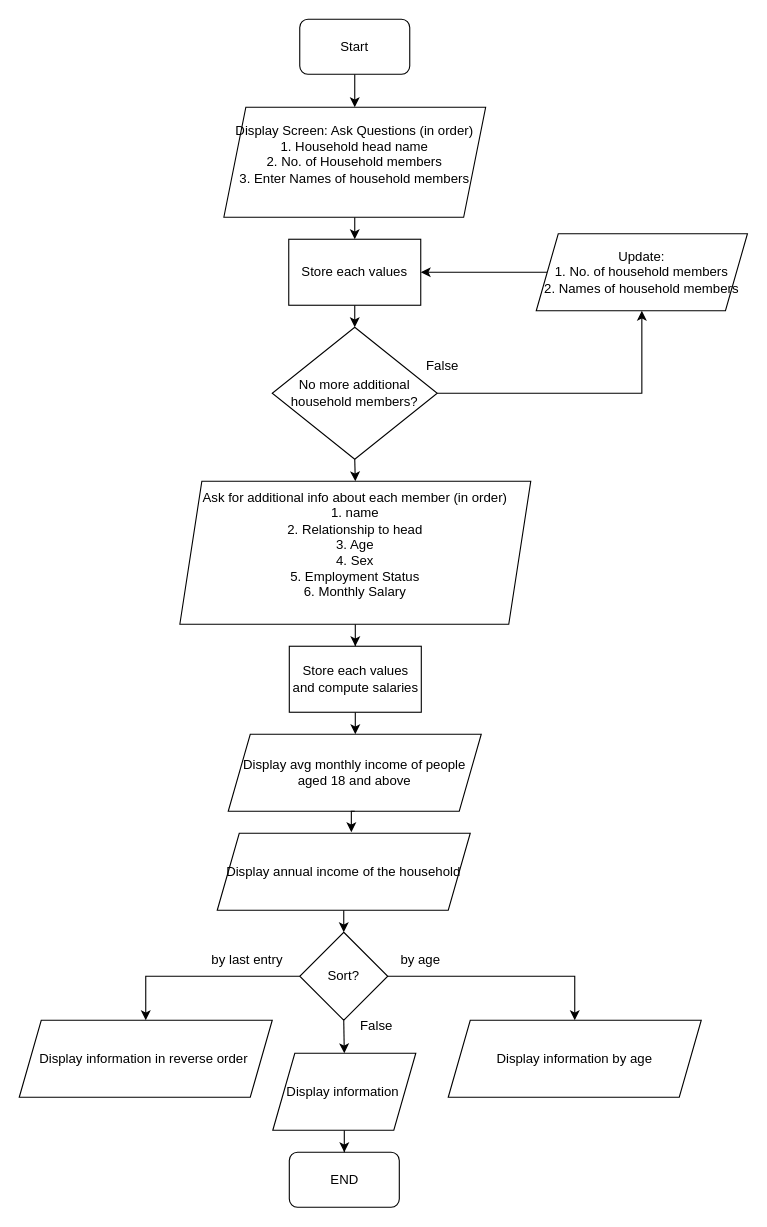
Before: Diagrams/Flowchart.drawio in Czrvillareal/exam1, a draw.io diagram. Source tidied: cells renumbered, new cells numbered last; positions are measured from the earlier drawing's top-left corner, leaving out a move shared by most shapes. Both pictures are drawn from the tidied source at 110%, with x=0, y=0 at pixel (19, 19).
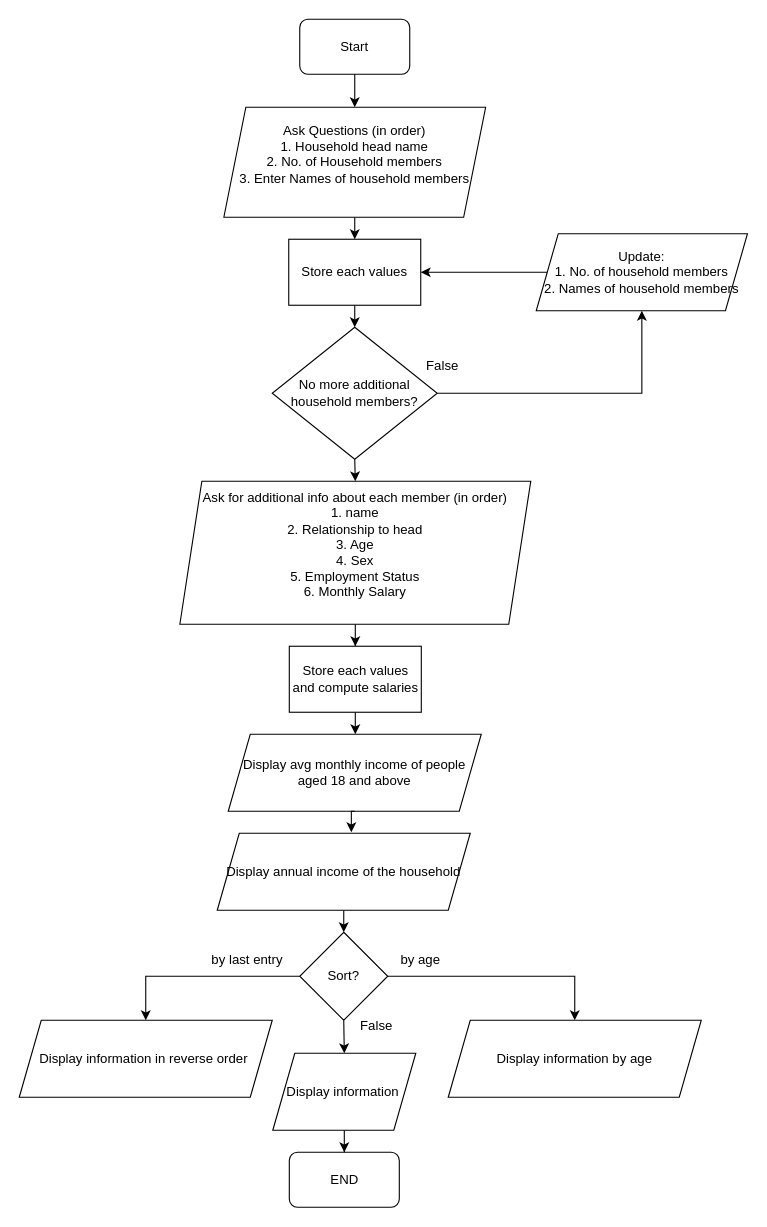
Above is the later version.

What changed in the source:
```diff
@@
-    <mxCell id="9" value="Display Screen: Ask Questions (in order)&lt;div&gt;&lt;div&gt;1. Household head name&lt;/div&gt;&lt;div&gt;2. No. of Household members&lt;/div&gt;&lt;div&gt;3. Enter Names of household members&lt;/div&gt;&lt;/div&gt;&lt;div&gt;&lt;br&gt;&lt;/div&gt;" style="shape=parallelogram;perimeter=parallelogramPerimeter;whiteSpace=wrap;html=1;fixedSize=1;" parent="1" vertex="1">
+    <mxCell id="9" value="Ask Questions (in order)&lt;div&gt;&lt;div&gt;1. Household head name&lt;/div&gt;&lt;div&gt;2. No. of Household members&lt;/div&gt;&lt;div&gt;3. Enter Names of household members&lt;/div&gt;&lt;/div&gt;&lt;div&gt;&lt;br&gt;&lt;/div&gt;" style="shape=parallelogram;perimeter=parallelogramPerimeter;whiteSpace=wrap;html=1;fixedSize=1;" parent="1" vertex="1">
       <mxGeometry x="186" y="80" width="238" height="100" as="geometry" />
     </mxCell>
```
